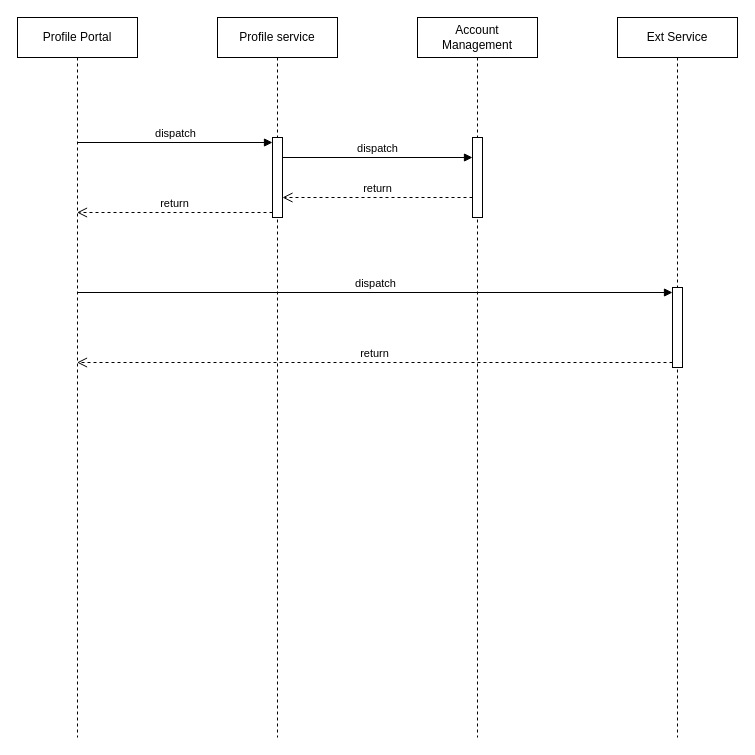
Earlier version of the draw.io diagram page "Page-2" (2 of 3) of tps-externaldata-service.drawio (huangshijie/Drawio). Source tidied: cells renumbered, new cells numbered last; positions are measured from the earlier drawing's top-left corner, leaving out a move shared by most shapes. Both pictures are drawn from the tidied source at 100%, with x=0, y=0 at pixel (17, 17).
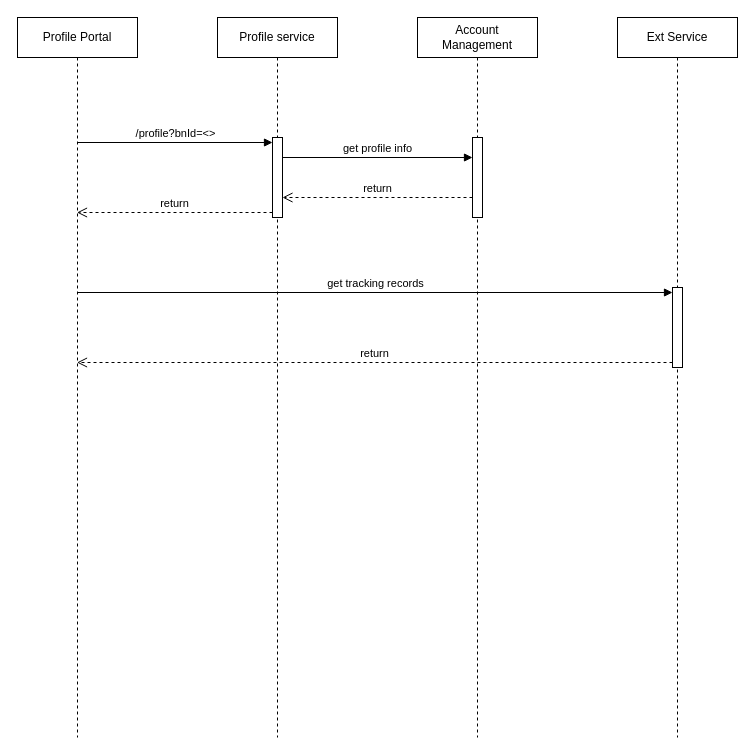
Above is the later version.

Change to the diagram source:
```diff
@@
 <mxGraphModel>
   <root>
     <mxCell id="0" />
     <mxCell id="1" parent="0" />
     <mxCell id="2" value="Profile Portal" style="shape=umlLifeline;perimeter=lifelinePerimeter;whiteSpace=wrap;html=1;outlineConnect=0;portConstraint=eastwest;newEdgeStyle={&quot;curved&quot;:0,&quot;rounded&quot;:0};" parent="1" vertex="1">
       <mxGeometry width="120" height="720" as="geometry" />
     </mxCell>
     <mxCell id="3" value="Profile service" style="shape=umlLifeline;perimeter=lifelinePerimeter;whiteSpace=wrap;html=1;newEdgeStyle={&quot;curved&quot;:0,&quot;rounded&quot;:0};" parent="1" vertex="1">
       <mxGeometry x="200" width="120" height="720" as="geometry" />
     </mxCell>
     <mxCell id="4" style="html=1;points=[[0,0,0,0,5],[0,1,0,0,-5],[1,0,0,0,5],[1,1,0,0,-5]];perimeter=orthogonalPerimeter;outlineConnect=0;targetShapes=umlLifeline;portConstraint=eastwest;newEdgeStyle={&quot;curved&quot;:0,&quot;rounded&quot;:0};" parent="3" vertex="1">
       <mxGeometry x="55" y="120" width="10" height="80" as="geometry" />
     </mxCell>
     <mxCell id="5" value="Account &lt;br&gt;Management" style="shape=umlLifeline;perimeter=lifelinePerimeter;whiteSpace=wrap;html=1;newEdgeStyle={&quot;curved&quot;:0,&quot;rounded&quot;:0};" parent="1" vertex="1">
       <mxGeometry x="400" width="120" height="720" as="geometry" />
     </mxCell>
     <mxCell id="6" style="html=1;perimeter=orthogonalPerimeter;targetShapes=umlLifeline;newEdgeStyle={&quot;curved&quot;:0,&quot;rounded&quot;:0};" parent="5" vertex="1">
       <mxGeometry x="55" y="120" width="10" height="80" as="geometry" />
     </mxCell>
     <mxCell id="7" value="Ext Service" style="shape=umlLifeline;perimeter=lifelinePerimeter;whiteSpace=wrap;html=1;newEdgeStyle={&quot;curved&quot;:0,&quot;rounded&quot;:0};" parent="1" vertex="1">
       <mxGeometry x="600" width="120" height="720" as="geometry" />
     </mxCell>
     <mxCell id="8" style="html=1;points=[[0,0,0,0,5],[0,1,0,0,-5],[1,0,0,0,5],[1,1,0,0,-5]];perimeter=orthogonalPerimeter;outlineConnect=0;targetShapes=umlLifeline;portConstraint=eastwest;newEdgeStyle={&quot;curved&quot;:0,&quot;rounded&quot;:0};" parent="7" vertex="1">
       <mxGeometry x="55" y="270" width="10" height="80" as="geometry" />
     </mxCell>
-    <mxCell id="9" value="dispatch" style="html=1;verticalAlign=bottom;endArrow=block;curved=0;rounded=0;entryX=0;entryY=0;entryDx=0;entryDy=5;" parent="1" edge="1" source="2" target="4">
+    <mxCell id="9" value="/profile?bnId=&amp;lt;&amp;gt;" style="html=1;verticalAlign=bottom;endArrow=block;curved=0;rounded=0;entryX=0;entryY=0;entryDx=0;entryDy=5;" parent="1" edge="1" source="2" target="4">
       <mxGeometry relative="1" as="geometry" />
     </mxCell>
     <mxCell id="10" value="return" style="html=1;verticalAlign=bottom;endArrow=open;dashed=1;endSize=8;curved=0;rounded=0;exitX=0;exitY=1;exitDx=0;exitDy=-5;" parent="1" edge="1" source="4" target="2">
       <mxGeometry relative="1" as="geometry" />
     </mxCell>
-    <mxCell id="11" value="dispatch" style="html=1;verticalAlign=bottom;endArrow=block;curved=0;rounded=0;entryX=0;entryY=0;entryDx=0;entryDy=5;" parent="1" edge="1">
+    <mxCell id="11" value="get profile info" style="html=1;verticalAlign=bottom;endArrow=block;curved=0;rounded=0;entryX=0;entryY=0;entryDx=0;entryDy=5;" parent="1" edge="1">
       <mxGeometry relative="1" as="geometry">
         <mxPoint x="265" y="140" as="sourcePoint" />
         <mxPoint x="455" y="140" as="targetPoint" />
       </mxGeometry>
     </mxCell>
     <mxCell id="12" value="return" style="html=1;verticalAlign=bottom;endArrow=open;dashed=1;endSize=8;curved=0;rounded=0;exitX=0;exitY=1;exitDx=0;exitDy=-5;" parent="1" edge="1">
       <mxGeometry relative="1" as="geometry">
         <mxPoint x="455" y="180" as="sourcePoint" />
         <mxPoint x="265" y="180" as="targetPoint" />
       </mxGeometry>
     </mxCell>
-    <mxCell id="13" value="dispatch" style="html=1;verticalAlign=bottom;endArrow=block;curved=0;rounded=0;entryX=0;entryY=0;entryDx=0;entryDy=5;" parent="1" edge="1" source="2" target="8">
+    <mxCell id="13" value="get tracking records" style="html=1;verticalAlign=bottom;endArrow=block;curved=0;rounded=0;entryX=0;entryY=0;entryDx=0;entryDy=5;" parent="1" edge="1" source="2" target="8">
       <mxGeometry relative="1" as="geometry" />
     </mxCell>
     <mxCell id="14" value="return" style="html=1;verticalAlign=bottom;endArrow=open;dashed=1;endSize=8;curved=0;rounded=0;exitX=0;exitY=1;exitDx=0;exitDy=-5;" parent="1" edge="1" source="8" target="2">
       <mxGeometry relative="1" as="geometry" />
     </mxCell>
   </root>
 </mxGraphModel>
```
